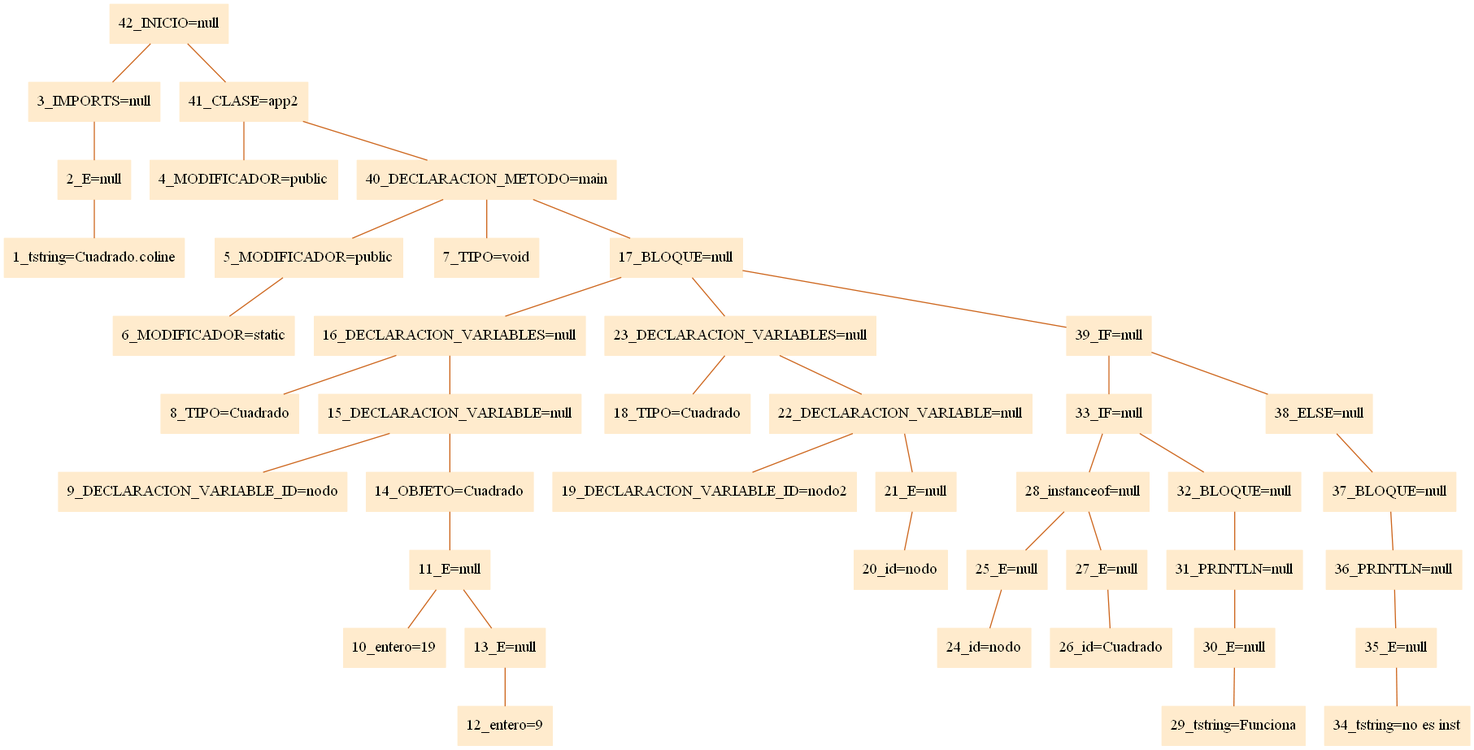
Before: arbol.png, a diagram exported from Graphviz (Oshhcar/Coline). Its source is kept beside it as arbol.dot.
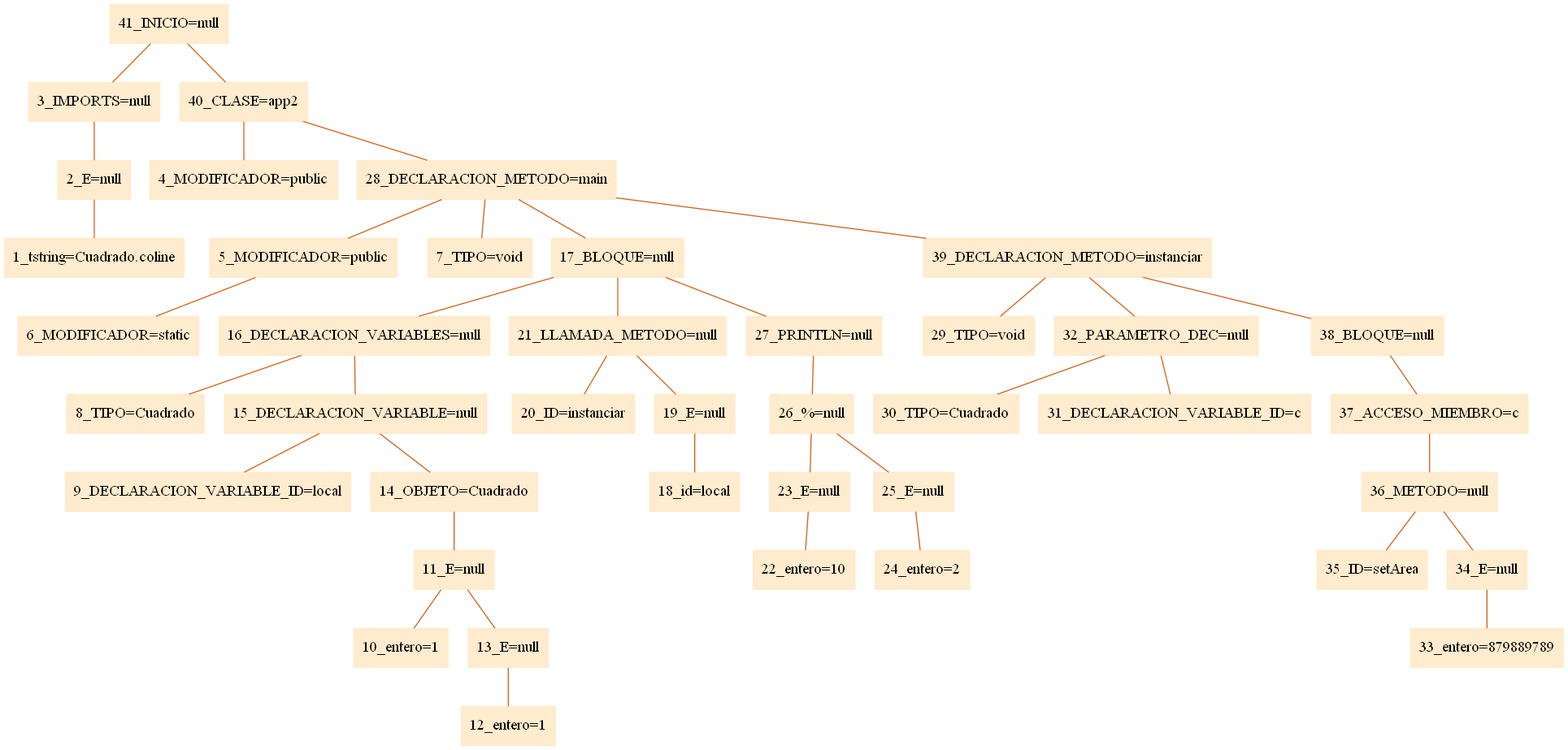
After the commit.

The edit, as a diff of the source:
```diff
@@ -1,46 +1,45 @@
 digraph G {node[shape=box, style=filled, color=blanchedalmond]; edge[color=chocolate3, dir=none];rankdir=UD
 
-"42_INICIO=null"->"3_IMPORTS=null"
+"41_INICIO=null"->"3_IMPORTS=null"
 "3_IMPORTS=null"->"2_E=null"
 "2_E=null"->"1_tstring=Cuadrado.coline"
-"42_INICIO=null"->"41_CLASE=app2"
-"41_CLASE=app2"->"4_MODIFICADOR=public"
-"41_CLASE=app2"->"40_DECLARACION_METODO=main"
-"40_DECLARACION_METODO=main"->"5_MODIFICADOR=public"
+"41_INICIO=null"->"40_CLASE=app2"
+"40_CLASE=app2"->"4_MODIFICADOR=public"
+"40_CLASE=app2"->"28_DECLARACION_METODO=main"
+"28_DECLARACION_METODO=main"->"5_MODIFICADOR=public"
 "5_MODIFICADOR=public"->"6_MODIFICADOR=static"
-"40_DECLARACION_METODO=main"->"7_TIPO=void"
-"40_DECLARACION_METODO=main"->"17_BLOQUE=null"
+"28_DECLARACION_METODO=main"->"7_TIPO=void"
+"28_DECLARACION_METODO=main"->"17_BLOQUE=null"
 "17_BLOQUE=null"->"16_DECLARACION_VARIABLES=null"
 "16_DECLARACION_VARIABLES=null"->"8_TIPO=Cuadrado"
 "16_DECLARACION_VARIABLES=null"->"15_DECLARACION_VARIABLE=null"
-"15_DECLARACION_VARIABLE=null"->"9_DECLARACION_VARIABLE_ID=nodo"
+"15_DECLARACION_VARIABLE=null"->"9_DECLARACION_VARIABLE_ID=local"
 "15_DECLARACION_VARIABLE=null"->"14_OBJETO=Cuadrado"
 "14_OBJETO=Cuadrado"->"11_E=null"
-"11_E=null"->"10_entero=19"
+"11_E=null"->"10_entero=1"
 "11_E=null"->"13_E=null"
-"13_E=null"->"12_entero=9"
-"17_BLOQUE=null"->"23_DECLARACION_VARIABLES=null"
-"23_DECLARACION_VARIABLES=null"->"18_TIPO=Cuadrado"
-"23_DECLARACION_VARIABLES=null"->"22_DECLARACION_VARIABLE=null"
-"22_DECLARACION_VARIABLE=null"->"19_DECLARACION_VARIABLE_ID=nodo2"
-"22_DECLARACION_VARIABLE=null"->"21_E=null"
-"21_E=null"->"20_id=nodo"
-"17_BLOQUE=null"->"39_IF=null"
-"39_IF=null"->"33_IF=null"
-"33_IF=null"->"28_instanceof=null"
-"28_instanceof=null"->"25_E=null"
-"25_E=null"->"24_id=nodo"
-"28_instanceof=null"->"27_E=null"
-"27_E=null"->"26_id=Cuadrado"
-"33_IF=null"->"32_BLOQUE=null"
-"32_BLOQUE=null"->"31_PRINTLN=null"
-"31_PRINTLN=null"->"30_E=null"
-"30_E=null"->"29_tstring=Funciona"
-"39_IF=null"->"38_ELSE=null"
-"38_ELSE=null"->"37_BLOQUE=null"
-"37_BLOQUE=null"->"36_PRINTLN=null"
-"36_PRINTLN=null"->"35_E=null"
-"35_E=null"->"34_tstring=no es inst"
+"13_E=null"->"12_entero=1"
+"17_BLOQUE=null"->"21_LLAMADA_METODO=null"
+"21_LLAMADA_METODO=null"->"20_ID=instanciar"
+"21_LLAMADA_METODO=null"->"19_E=null"
+"19_E=null"->"18_id=local"
+"17_BLOQUE=null"->"27_PRINTLN=null"
+"27_PRINTLN=null"->"26_%=null"
+"26_%=null"->"23_E=null"
+"23_E=null"->"22_entero=10"
+"26_%=null"->"25_E=null"
+"25_E=null"->"24_entero=2"
+"28_DECLARACION_METODO=main"->"39_DECLARACION_METODO=instanciar"
+"39_DECLARACION_METODO=instanciar"->"29_TIPO=void"
+"39_DECLARACION_METODO=instanciar"->"32_PARAMETRO_DEC=null"
+"32_PARAMETRO_DEC=null"->"30_TIPO=Cuadrado"
+"32_PARAMETRO_DEC=null"->"31_DECLARACION_VARIABLE_ID=c"
+"39_DECLARACION_METODO=instanciar"->"38_BLOQUE=null"
+"38_BLOQUE=null"->"37_ACCESO_MIEMBRO=c"
+"37_ACCESO_MIEMBRO=c"->"36_METODO=null"
+"36_METODO=null"->"35_ID=setArea"
+"36_METODO=null"->"34_E=null"
+"34_E=null"->"33_entero=879889789"
 
 
 }
```
